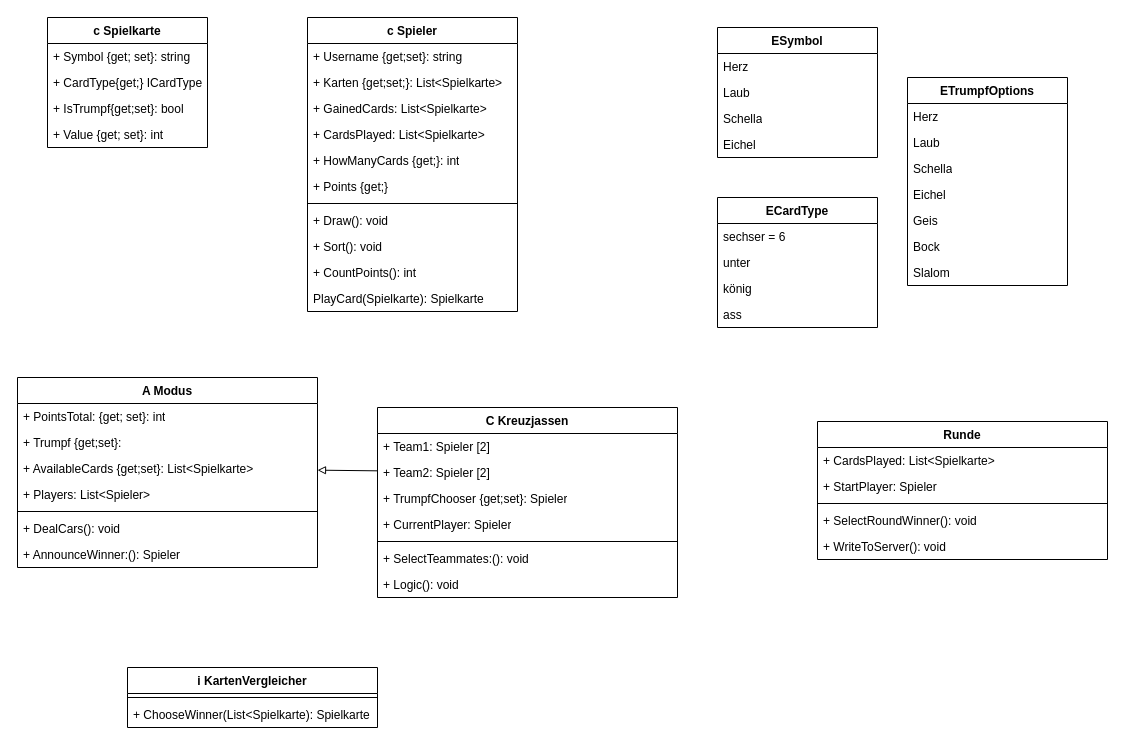
Before: doc/Klassendiagramm_v3.drawio in SIR-M3IN/JassSpiel, a draw.io diagram. Source tidied: cells renumbered, new cells numbered last; positions are measured from the earlier drawing's top-left corner, leaving out a move shared by most shapes. Both pictures are drawn from the tidied source at 100%, with x=0, y=0 at pixel (17, 17).
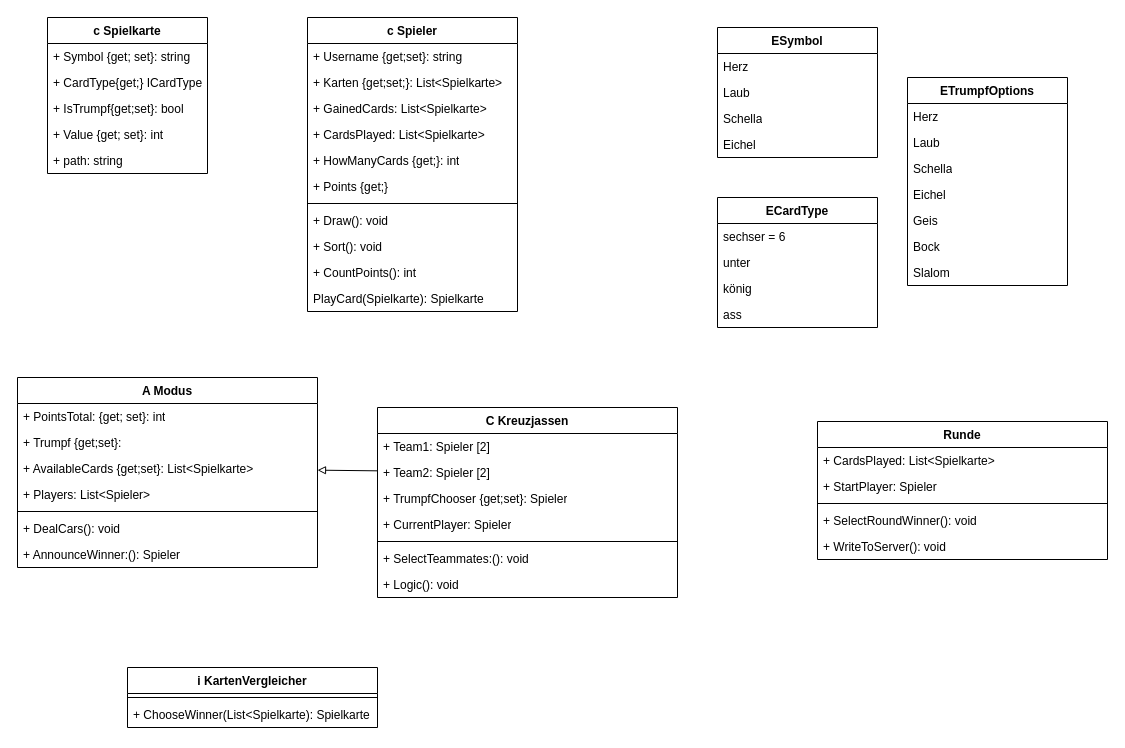
After the change.

What changed in the source:
```diff
@@
     <mxCell id="2" value="c Spielkarte" style="swimlane;fontStyle=1;align=center;verticalAlign=top;horizontal=1;startSize=26;whiteSpace=wrap;html=1;" parent="1" vertex="1">
-      <mxGeometry x="30" width="160" height="130" as="geometry" />
+      <mxGeometry x="30" width="160" height="156" as="geometry" />
     </mxCell>
@@
+    <mxCell id="63" value="+ path: string" style="text;strokeColor=none;fillColor=none;align=left;verticalAlign=top;spacingLeft=4;spacingRight=4;overflow=hidden;whiteSpace=wrap;html=1;" parent="2" vertex="1">
+      <mxGeometry y="130" width="160" height="26" as="geometry" />
+    </mxCell>
```
